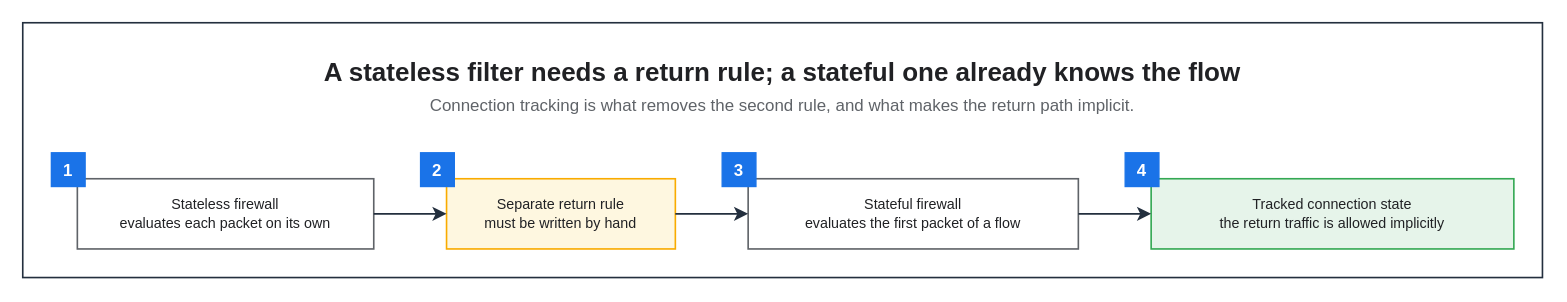
Before: assets/img/network/stateless-stateful-firewall.drawio in KKamJi98/kkamji98.github.io, a draw.io diagram. Source tidied: cells renumbered, new cells numbered last; positions are measured from the earlier drawing's top-left corner, leaving out a move shared by most shapes. Both pictures are drawn from the tidied source at 130%, with x=0, y=0 at pixel (22, 22).
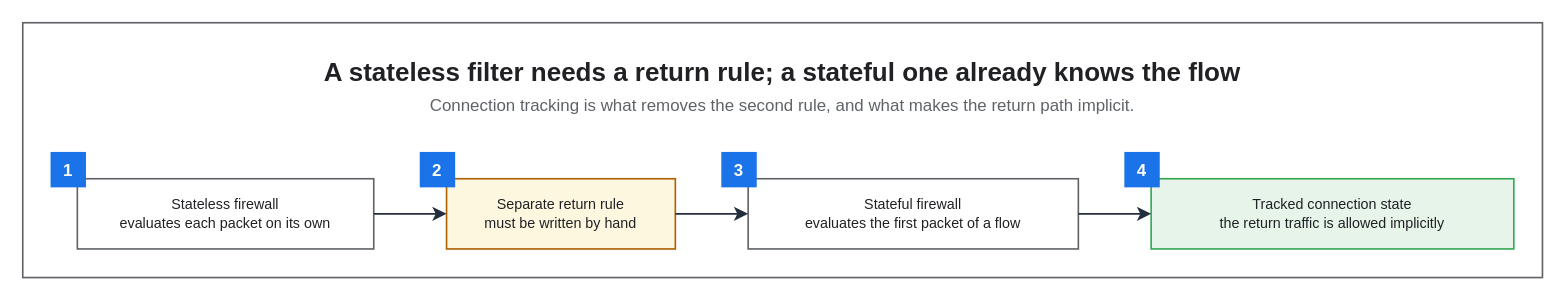
Above is the later version.

Change to the diagram source:
```diff
@@
 <mxGraphModel background="#FFFFFF">
   <root>
     <mxCell id="0" />
     <mxCell id="1" parent="0" />
-    <mxCell id="2" style="rounded=0;html=0;fillColor=none;strokeColor=#232F3E;fontColor=#202124;strokeWidth=1.25;" parent="1" vertex="1">
+    <mxCell id="2" style="rounded=0;html=0;fillColor=none;strokeColor=#5F6368;fontColor=#202124;strokeWidth=1.25;" parent="1" vertex="1">
       <mxGeometry width="1169" height="196" as="geometry" />
     </mxCell>
     <mxCell id="3" value="A stateless filter needs a return rule; a stateful one already knows the flow" style="text;html=0;whiteSpace=wrap;fillColor=none;strokeColor=none;fontColor=#202124;fontSize=20;fontStyle=1;align=center;verticalAlign=middle;" parent="1" vertex="1">
       <mxGeometry x="22" y="22" width="1125" height="30" as="geometry" />
     </mxCell>
     <mxCell id="4" value="Connection tracking is what removes the second rule, and what makes the return path implicit." style="text;html=0;whiteSpace=wrap;fillColor=none;strokeColor=none;fontColor=#5F6368;fontSize=13;fontStyle=0;align=center;verticalAlign=middle;" parent="1" vertex="1">
       <mxGeometry x="22" y="52" width="1125" height="22" as="geometry" />
     </mxCell>
     <mxCell id="5" value="Stateless firewall&#10;evaluates each packet on its own" style="rounded=0;whiteSpace=wrap;html=0;fillColor=#FFFFFF;strokeColor=#5F6368;fontColor=#202124;fontSize=11;fontStyle=0;align=center;verticalAlign=middle;spacingLeft=6;spacingRight=6;strokeWidth=1.25;" parent="1" vertex="1">
       <mxGeometry x="42" y="120" width="228" height="54" as="geometry" />
     </mxCell>
-    <mxCell id="6" value="Separate return rule&#10;must be written by hand" style="rounded=0;whiteSpace=wrap;html=0;fillColor=#FEF7E0;strokeColor=#F9AB00;fontColor=#202124;fontSize=11;fontStyle=0;align=center;verticalAlign=middle;spacingLeft=6;spacingRight=6;strokeWidth=1.25;" parent="1" vertex="1">
+    <mxCell id="6" value="Separate return rule&#10;must be written by hand" style="rounded=0;whiteSpace=wrap;html=0;fillColor=#FEF7E0;strokeColor=#B06000;fontColor=#202124;fontSize=11;fontStyle=0;align=center;verticalAlign=middle;spacingLeft=6;spacingRight=6;strokeWidth=1.25;" parent="1" vertex="1">
       <mxGeometry x="326" y="120" width="176" height="54" as="geometry" />
     </mxCell>
     <mxCell id="7" value="Stateful firewall&#10;evaluates the first packet of a flow" style="rounded=0;whiteSpace=wrap;html=0;fillColor=#FFFFFF;strokeColor=#5F6368;fontColor=#202124;fontSize=11;fontStyle=0;align=center;verticalAlign=middle;spacingLeft=6;spacingRight=6;strokeWidth=1.25;" parent="1" vertex="1">
       <mxGeometry x="558" y="120" width="254" height="54" as="geometry" />
     </mxCell>
     <mxCell id="8" value="Tracked connection state&#10;the return traffic is allowed implicitly" style="rounded=0;whiteSpace=wrap;html=0;fillColor=#E6F4EA;strokeColor=#34A853;fontColor=#202124;fontSize=11;fontStyle=0;align=center;verticalAlign=middle;spacingLeft=6;spacingRight=6;strokeWidth=1.25;" parent="1" vertex="1">
       <mxGeometry x="868" y="120" width="279" height="54" as="geometry" />
     </mxCell>
-    <mxCell id="9" value="1" style="rounded=0;whiteSpace=wrap;html=0;fillColor=#1A73E8;strokeColor=#1A73E8;fontColor=#FFFFFF;fontSize=13;fontStyle=1;align=center;verticalAlign=middle;" parent="1" vertex="1">
+    <mxCell id="9" value="1" style="rounded=0;whiteSpace=wrap;html=0;fillColor=#1A73E8;strokeColor=#1A73E8;fontColor=#FFFFFF;fontSize=13;fontStyle=1;align=center;verticalAlign=middle;strokeWidth=1.25;" parent="1" vertex="1">
       <mxGeometry x="22" y="100" width="26" height="26" as="geometry" />
     </mxCell>
-    <mxCell id="10" value="2" style="rounded=0;whiteSpace=wrap;html=0;fillColor=#1A73E8;strokeColor=#1A73E8;fontColor=#FFFFFF;fontSize=13;fontStyle=1;align=center;verticalAlign=middle;" parent="1" vertex="1">
+    <mxCell id="10" value="2" style="rounded=0;whiteSpace=wrap;html=0;fillColor=#1A73E8;strokeColor=#1A73E8;fontColor=#FFFFFF;fontSize=13;fontStyle=1;align=center;verticalAlign=middle;strokeWidth=1.25;" parent="1" vertex="1">
       <mxGeometry x="306" y="100" width="26" height="26" as="geometry" />
     </mxCell>
-    <mxCell id="11" value="3" style="rounded=0;whiteSpace=wrap;html=0;fillColor=#1A73E8;strokeColor=#1A73E8;fontColor=#FFFFFF;fontSize=13;fontStyle=1;align=center;verticalAlign=middle;" parent="1" vertex="1">
+    <mxCell id="11" value="3" style="rounded=0;whiteSpace=wrap;html=0;fillColor=#1A73E8;strokeColor=#1A73E8;fontColor=#FFFFFF;fontSize=13;fontStyle=1;align=center;verticalAlign=middle;strokeWidth=1.25;" parent="1" vertex="1">
       <mxGeometry x="538" y="100" width="26" height="26" as="geometry" />
     </mxCell>
-    <mxCell id="12" value="4" style="rounded=0;whiteSpace=wrap;html=0;fillColor=#1A73E8;strokeColor=#1A73E8;fontColor=#FFFFFF;fontSize=13;fontStyle=1;align=center;verticalAlign=middle;" parent="1" vertex="1">
+    <mxCell id="12" value="4" style="rounded=0;whiteSpace=wrap;html=0;fillColor=#1A73E8;strokeColor=#1A73E8;fontColor=#FFFFFF;fontSize=13;fontStyle=1;align=center;verticalAlign=middle;strokeWidth=1.25;" parent="1" vertex="1">
       <mxGeometry x="848" y="100" width="26" height="26" as="geometry" />
     </mxCell>
     <mxCell id="13" style="edgeStyle=orthogonalEdgeStyle;rounded=0;html=0;strokeColor=#232F3E;strokeWidth=1.25;endArrow=classic;endFill=1;endSize=7;fontSize=11;fontColor=#202124;labelBackgroundColor=none;jettySize=14;exitX=1;exitY=0.5;entryX=0;entryY=0.5;exitDx=0;exitDy=0;entryDx=0;entryDy=0;" parent="1" edge="1" source="5" target="6">
       <mxGeometry relative="1" as="geometry" />
     </mxCell>
     <mxCell id="14" style="edgeStyle=orthogonalEdgeStyle;rounded=0;html=0;strokeColor=#232F3E;strokeWidth=1.25;endArrow=classic;endFill=1;endSize=7;fontSize=11;fontColor=#202124;labelBackgroundColor=none;jettySize=14;exitX=1;exitY=0.5;entryX=0;entryY=0.5;exitDx=0;exitDy=0;entryDx=0;entryDy=0;" parent="1" edge="1" source="6" target="7">
       <mxGeometry relative="1" as="geometry" />
     </mxCell>
     <mxCell id="15" style="edgeStyle=orthogonalEdgeStyle;rounded=0;html=0;strokeColor=#232F3E;strokeWidth=1.25;endArrow=classic;endFill=1;endSize=7;fontSize=11;fontColor=#202124;labelBackgroundColor=none;jettySize=14;exitX=1;exitY=0.5;entryX=0;entryY=0.5;exitDx=0;exitDy=0;entryDx=0;entryDy=0;" parent="1" edge="1" source="7" target="8">
       <mxGeometry relative="1" as="geometry" />
     </mxCell>
   </root>
 </mxGraphModel>
```
